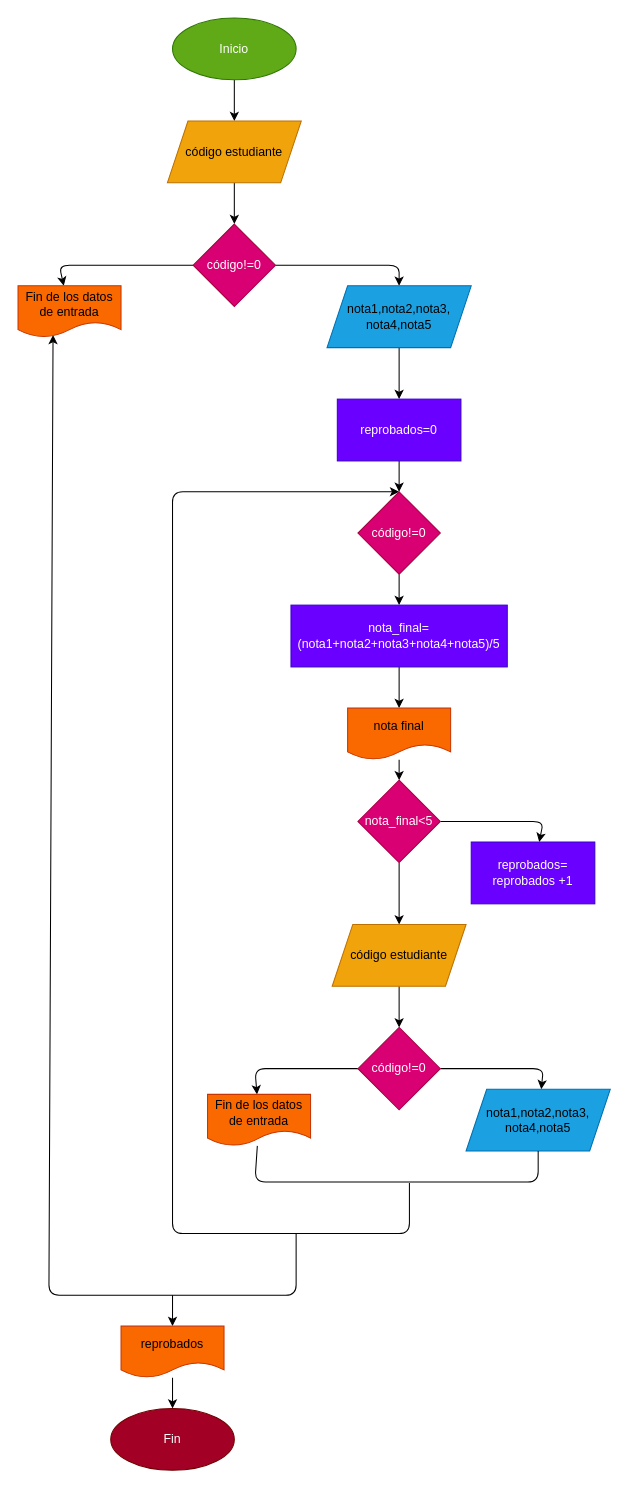
Paugs09/bimestral_periodo2 keeps this draw.io diagram as diagrama_c1.drawio. Above is the earlier version. Source tidied: cells renumbered, new cells numbered last; positions are measured from the earlier drawing's top-left corner, leaving out a move shared by most shapes. Both pictures are drawn from the tidied source at 103%, with x=0, y=0 at pixel (18, 18).
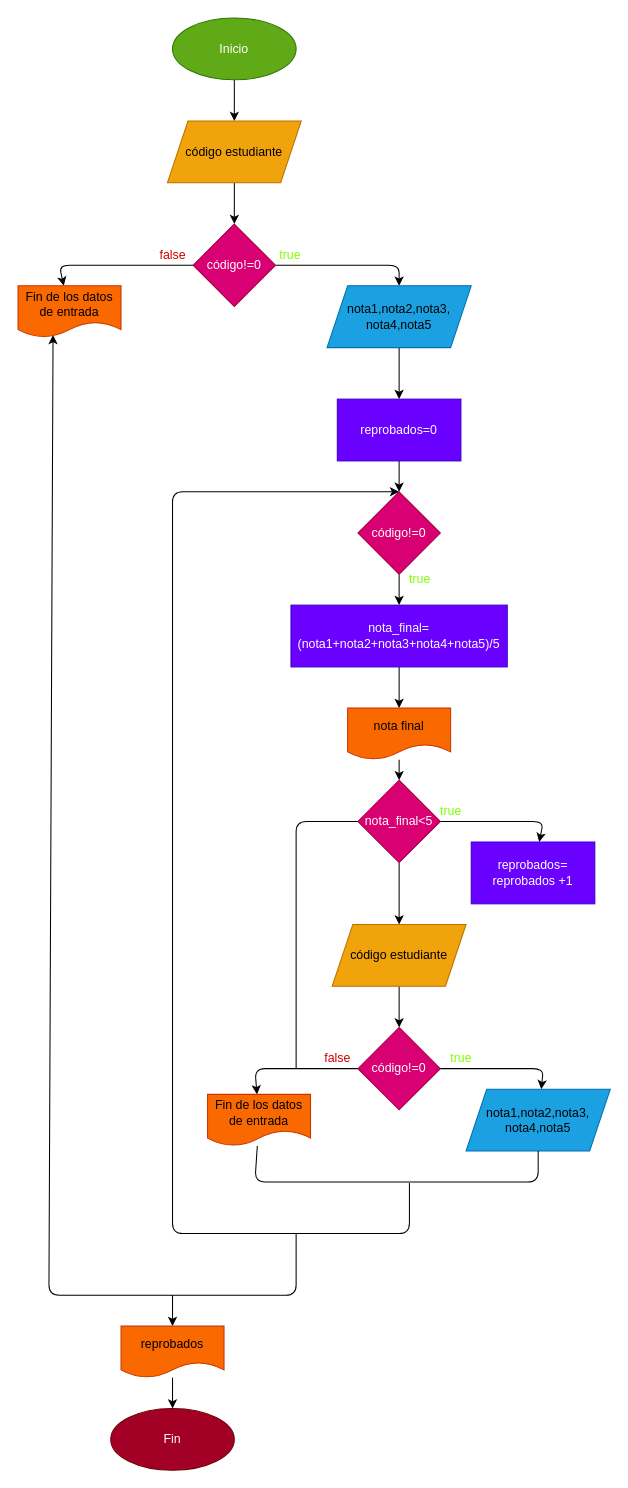
After the change.

Commit message (it also covers changes not shown here):
Desarrollo diagramas

Unchanged cells that the change refers to:
```xml
<mxCell id="20" value="nota_final&amp;lt;5" style="rhombus;whiteSpace=wrap;html=1;fillColor=#d80073;strokeColor=#A50040;fontColor=#ffffff;" parent="1" vertex="1">
  <mxGeometry x="330" y="740" width="80" height="80" as="geometry" />
</mxCell>
```

What changed in the source:
```diff
@@
+    <mxCell id="38" style="edgeStyle=none;html=1;fontColor=#CC0000;endArrow=none;endFill=0;" parent="1" edge="1" source="20">
+      <mxGeometry relative="1" as="geometry">
+        <mxPoint x="270" y="1020" as="targetPoint" />
+        <Array as="points">
+          <mxPoint x="270" y="780" />
+        </Array>
+      </mxGeometry>
+    </mxCell>
@@
+    <mxCell id="39" value="true" style="text;html=1;align=center;verticalAlign=middle;strokeColor=none;fillColor=none;fontColor=#80FF00;" parent="1" vertex="1">
+      <mxGeometry x="244" y="220" width="40" height="20" as="geometry" />
+    </mxCell>
+    <mxCell id="40" value="false" style="text;html=1;align=center;verticalAlign=middle;strokeColor=none;fillColor=none;fontColor=#CC0000;" parent="1" vertex="1">
+      <mxGeometry x="130" y="220" width="40" height="20" as="geometry" />
+    </mxCell>
+    <mxCell id="41" value="true" style="text;html=1;align=center;verticalAlign=middle;strokeColor=none;fillColor=none;fontColor=#80FF00;" parent="1" vertex="1">
+      <mxGeometry x="370" y="535" width="40" height="20" as="geometry" />
+    </mxCell>
+    <mxCell id="42" value="true" style="text;html=1;align=center;verticalAlign=middle;strokeColor=none;fillColor=none;fontColor=#80FF00;" parent="1" vertex="1">
+      <mxGeometry x="400" y="760" width="40" height="20" as="geometry" />
+    </mxCell>
+    <mxCell id="43" value="true" style="text;html=1;align=center;verticalAlign=middle;strokeColor=none;fillColor=none;fontColor=#80FF00;" parent="1" vertex="1">
+      <mxGeometry x="410" y="1000" width="40" height="20" as="geometry" />
+    </mxCell>
+    <mxCell id="44" value="false" style="text;html=1;align=center;verticalAlign=middle;strokeColor=none;fillColor=none;fontColor=#CC0000;" parent="1" vertex="1">
+      <mxGeometry x="290" y="1000" width="40" height="20" as="geometry" />
+    </mxCell>
```
